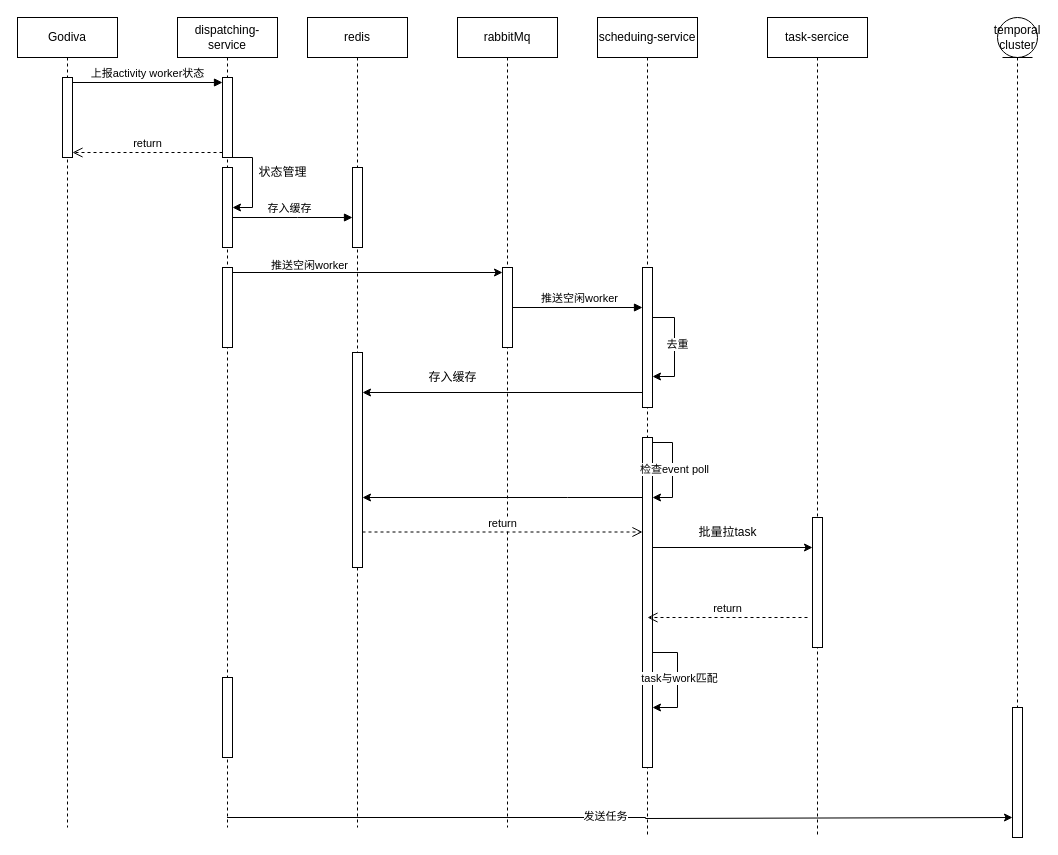
The draw.io diagram 分布式任务下发.drawio in DSkyrim/draw, before the edit. Source tidied: cells renumbered, new cells numbered last; positions are measured from the earlier drawing's top-left corner, leaving out a move shared by most shapes. Both pictures are drawn from the tidied source at 100%, with x=0, y=0 at pixel (17, 17).
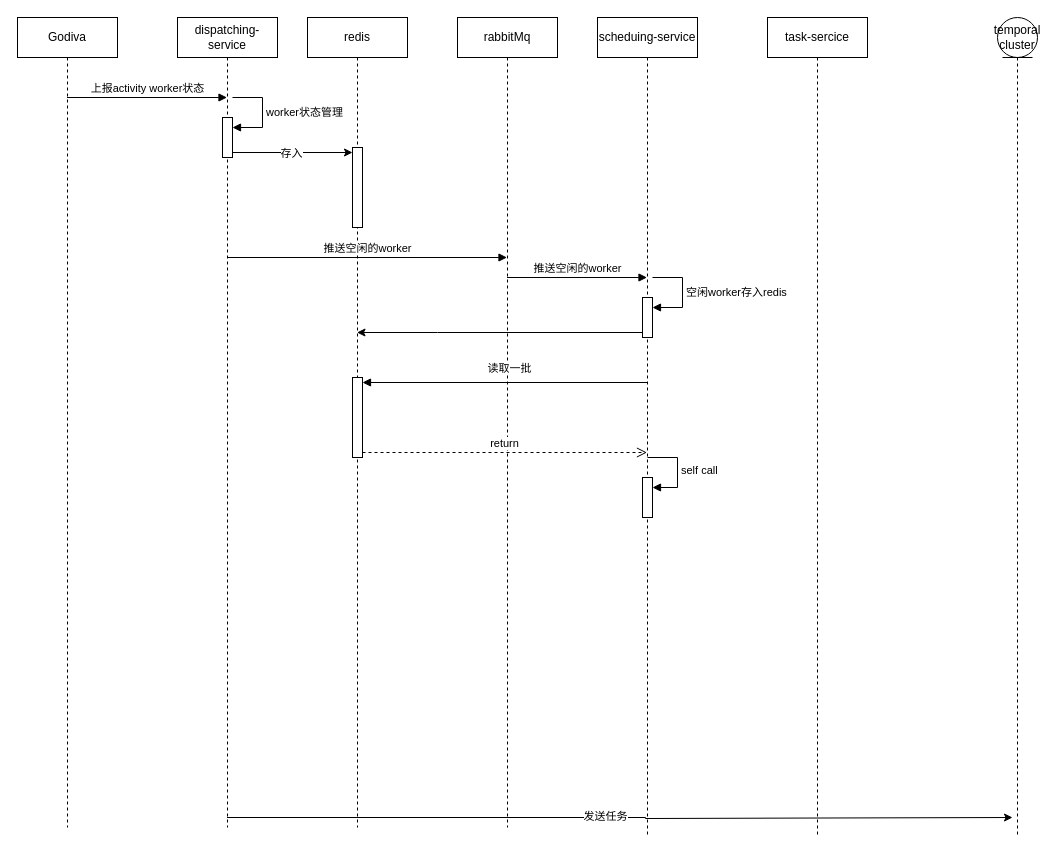
The same diagram, later.

Commit message:
更新分布式任务下发.drawio

The change refers to these unchanged cells:
```xml
<mxCell id="2" value="Godiva" style="shape=umlLifeline;perimeter=lifelinePerimeter;whiteSpace=wrap;html=1;newEdgeStyle={&quot;curved&quot;:0,&quot;rounded&quot;:0};" parent="1" vertex="1">
  <mxGeometry width="100" height="810" as="geometry" />
</mxCell>
<mxCell id="4" value="dispatching-service" style="shape=umlLifeline;perimeter=lifelinePerimeter;whiteSpace=wrap;html=1;outlineConnect=0;portConstraint=eastwest;newEdgeStyle={&quot;curved&quot;:0,&quot;rounded&quot;:0};" parent="1" vertex="1">
  <mxGeometry x="160" width="100" height="810" as="geometry" />
</mxCell>
<mxCell id="10" value="scheduing-service" style="shape=umlLifeline;perimeter=lifelinePerimeter;whiteSpace=wrap;html=1;outlineConnect=0;portConstraint=eastwest;newEdgeStyle={&quot;curved&quot;:0,&quot;rounded&quot;:0};" parent="1" vertex="1">
  <mxGeometry x="580" width="100" height="820" as="geometry" />
</mxCell>
<mxCell id="19" value="task-sercice" style="shape=umlLifeline;perimeter=lifelinePerimeter;whiteSpace=wrap;html=1;newEdgeStyle={&quot;curved&quot;:0,&quot;rounded&quot;:0};" parent="1" vertex="1">
  <mxGeometry x="750" width="100" height="820" as="geometry" />
</mxCell>
<mxCell id="21" value="temporal cluster" style="shape=umlLifeline;perimeter=lifelinePerimeter;whiteSpace=wrap;html=1;newEdgeStyle={&quot;curved&quot;:0,&quot;rounded&quot;:0};participant=umlEntity;" parent="1" vertex="1">
  <mxGeometry x="980" width="40" height="820" as="geometry" />
</mxCell>
<mxCell id="23" value="redis" style="shape=umlLifeline;perimeter=lifelinePerimeter;whiteSpace=wrap;html=1;outlineConnect=0;portConstraint=eastwest;newEdgeStyle={&quot;curved&quot;:0,&quot;rounded&quot;:0};" parent="1" vertex="1">
  <mxGeometry x="290" width="100" height="810" as="geometry" />
</mxCell>
<mxCell id="30" value="rabbitMq" style="shape=umlLifeline;perimeter=lifelinePerimeter;whiteSpace=wrap;html=1;outlineConnect=0;portConstraint=eastwest;newEdgeStyle={&quot;curved&quot;:0,&quot;rounded&quot;:0};" parent="1" vertex="1">
  <mxGeometry x="440" width="100" height="810" as="geometry" />
</mxCell>
```

Change to the diagram source:
```diff
@@
-    <mxCell id="3" style="html=1;points=[[0,0,0,0,5],[0,1,0,0,-5],[1,0,0,0,5],[1,1,0,0,-5]];perimeter=orthogonalPerimeter;outlineConnect=0;targetShapes=umlLifeline;portConstraint=eastwest;newEdgeStyle={&quot;curved&quot;:0,&quot;rounded&quot;:0};" parent="2" vertex="1">
-      <mxGeometry x="45" y="60" width="10" height="80" as="geometry" />
-    </mxCell>
@@
-    <mxCell id="5" style="edgeStyle=orthogonalEdgeStyle;rounded=0;jettySize=auto;html=1;curved=0;exitX=1;exitY=1;exitDx=0;exitDy=-5;exitPerimeter=0;" parent="4" edge="1" source="6" target="8">
-      <mxGeometry relative="1" as="geometry">
-        <Array as="points">
-          <mxPoint x="55" y="140" />
-          <mxPoint x="75" y="140" />
-          <mxPoint x="75" y="190" />
-        </Array>
-      </mxGeometry>
-    </mxCell>
-    <mxCell id="6" style="html=1;points=[[0,0,0,0,5],[0,1,0,0,-5],[1,0,0,0,5],[1,1,0,0,-5]];perimeter=orthogonalPerimeter;outlineConnect=0;targetShapes=umlLifeline;portConstraint=eastwest;newEdgeStyle={&quot;curved&quot;:0,&quot;rounded&quot;:0};" parent="4" vertex="1">
-      <mxGeometry x="45" y="60" width="10" height="80" as="geometry" />
-    </mxCell>
-    <mxCell id="7" style="html=1;points=[[0,0,0,0,5],[0,1,0,0,-5],[1,0,0,0,5],[1,1,0,0,-5]];perimeter=orthogonalPerimeter;outlineConnect=0;targetShapes=umlLifeline;portConstraint=eastwest;newEdgeStyle={&quot;curved&quot;:0,&quot;rounded&quot;:0};" parent="4" vertex="1">
-      <mxGeometry x="45" y="250" width="10" height="80" as="geometry" />
-    </mxCell>
-    <mxCell id="8" style="html=1;points=[[0,0,0,0,5],[0,1,0,0,-5],[1,0,0,0,5],[1,1,0,0,-5]];perimeter=orthogonalPerimeter;outlineConnect=0;targetShapes=umlLifeline;portConstraint=eastwest;newEdgeStyle={&quot;curved&quot;:0,&quot;rounded&quot;:0};" parent="4" vertex="1">
-      <mxGeometry x="45" y="150" width="10" height="80" as="geometry" />
-    </mxCell>
-    <mxCell id="9" style="html=1;perimeter=orthogonalPerimeter;targetShapes=umlLifeline;newEdgeStyle={&quot;curved&quot;:0,&quot;rounded&quot;:0};" parent="4" vertex="1">
-      <mxGeometry x="45" y="660" width="10" height="80" as="geometry" />
-    </mxCell>
+    <mxCell id="46" style="html=1;points=[[0,0,0,0,5],[0,1,0,0,-5],[1,0,0,0,5],[1,1,0,0,-5]];perimeter=orthogonalPerimeter;outlineConnect=0;targetShapes=umlLifeline;portConstraint=eastwest;newEdgeStyle={&quot;curved&quot;:0,&quot;rounded&quot;:0};" parent="4" vertex="1">
+      <mxGeometry x="45" y="100" width="10" height="40" as="geometry" />
+    </mxCell>
+    <mxCell id="47" value="worker状态管理" style="html=1;align=left;spacingLeft=2;endArrow=block;rounded=0;edgeStyle=orthogonalEdgeStyle;curved=0;rounded=0;" parent="4" edge="1" target="46">
+      <mxGeometry relative="1" as="geometry">
+        <mxPoint x="55" y="80" as="sourcePoint" />
+        <Array as="points">
+          <mxPoint x="85" y="110" />
+        </Array>
+      </mxGeometry>
+    </mxCell>
@@
-    <mxCell id="11" style="html=1;points=[[0,0,0,0,5],[0,1,0,0,-5],[1,0,0,0,5],[1,1,0,0,-5]];perimeter=orthogonalPerimeter;outlineConnect=0;targetShapes=umlLifeline;portConstraint=eastwest;newEdgeStyle={&quot;curved&quot;:0,&quot;rounded&quot;:0};" parent="10" vertex="1">
-      <mxGeometry x="45" y="250" width="10" height="140" as="geometry" />
-    </mxCell>
-    <mxCell id="12" style="html=1;points=[[0,0,0,0,5],[0,1,0,0,-5],[1,0,0,0,5],[1,1,0,0,-5]];perimeter=orthogonalPerimeter;outlineConnect=0;targetShapes=umlLifeline;portConstraint=eastwest;newEdgeStyle={&quot;curved&quot;:0,&quot;rounded&quot;:0};" parent="10" vertex="1">
-      <mxGeometry x="45" y="420" width="10" height="330" as="geometry" />
-    </mxCell>
-    <mxCell id="13" style="edgeStyle=orthogonalEdgeStyle;rounded=0;orthogonalLoop=1;jettySize=auto;html=1;curved=0;" parent="10" edge="1" source="11" target="11">
-      <mxGeometry relative="1" as="geometry">
-        <Array as="points">
-          <mxPoint x="77" y="300" />
-          <mxPoint x="77" y="359" />
-        </Array>
-      </mxGeometry>
-    </mxCell>
-    <mxCell id="14" value="去重" style="edgeLabel;html=1;align=center;verticalAlign=middle;" parent="13" vertex="1">
-      <mxGeometry x="-0.06" y="2" relative="1" as="geometry" />
-    </mxCell>
-    <mxCell id="15" style="edgeStyle=orthogonalEdgeStyle;rounded=0;orthogonalLoop=1;jettySize=auto;html=1;curved=0;exitX=1;exitY=0;exitDx=0;exitDy=5;exitPerimeter=0;" parent="10" edge="1" source="12" target="12">
-      <mxGeometry relative="1" as="geometry">
-        <Array as="points">
-          <mxPoint x="75" y="425" />
-          <mxPoint x="75" y="480" />
-        </Array>
-      </mxGeometry>
-    </mxCell>
-    <mxCell id="16" value="检查event poll" style="edgeLabel;html=1;align=center;verticalAlign=middle;" parent="15" vertex="1">
-      <mxGeometry x="-0.04" y="1" relative="1" as="geometry" />
-    </mxCell>
-    <mxCell id="17" style="edgeStyle=orthogonalEdgeStyle;rounded=0;orthogonalLoop=1;jettySize=auto;html=1;curved=0;" parent="10" edge="1" source="12" target="12">
-      <mxGeometry relative="1" as="geometry">
-        <Array as="points">
-          <mxPoint x="80" y="635" />
-          <mxPoint x="80" y="690" />
-        </Array>
-      </mxGeometry>
-    </mxCell>
-    <mxCell id="18" value="task与work匹配" style="edgeLabel;html=1;align=center;verticalAlign=middle;" parent="17" vertex="1">
-      <mxGeometry x="-0.04" y="1" relative="1" as="geometry" />
-    </mxCell>
+    <mxCell id="48" style="html=1;points=[[0,0,0,0,5],[0,1,0,0,-5],[1,0,0,0,5],[1,1,0,0,-5]];perimeter=orthogonalPerimeter;outlineConnect=0;targetShapes=umlLifeline;portConstraint=eastwest;newEdgeStyle={&quot;curved&quot;:0,&quot;rounded&quot;:0};" parent="10" vertex="1">
+      <mxGeometry x="45" y="280" width="10" height="40" as="geometry" />
+    </mxCell>
+    <mxCell id="49" value="空闲worker存入redis" style="html=1;align=left;spacingLeft=2;endArrow=block;rounded=0;edgeStyle=orthogonalEdgeStyle;curved=0;rounded=0;" parent="10" edge="1" target="48">
+      <mxGeometry relative="1" as="geometry">
+        <mxPoint x="55" y="260" as="sourcePoint" />
+        <Array as="points">
+          <mxPoint x="85" y="290" />
+        </Array>
+      </mxGeometry>
+    </mxCell>
+    <mxCell id="50" style="html=1;points=[[0,0,0,0,5],[0,1,0,0,-5],[1,0,0,0,5],[1,1,0,0,-5]];perimeter=orthogonalPerimeter;outlineConnect=0;targetShapes=umlLifeline;portConstraint=eastwest;newEdgeStyle={&quot;curved&quot;:0,&quot;rounded&quot;:0};" parent="10" vertex="1">
+      <mxGeometry x="45" y="460" width="10" height="40" as="geometry" />
+    </mxCell>
+    <mxCell id="51" value="self call" style="html=1;align=left;spacingLeft=2;endArrow=block;rounded=0;edgeStyle=orthogonalEdgeStyle;curved=0;rounded=0;" parent="10" edge="1" target="50">
+      <mxGeometry relative="1" as="geometry">
+        <mxPoint x="50" y="440" as="sourcePoint" />
+        <Array as="points">
+          <mxPoint x="80" y="470" />
+        </Array>
+      </mxGeometry>
+    </mxCell>
@@
-    <mxCell id="20" style="html=1;points=[[0,0,0,0,5],[0,1,0,0,-5],[1,0,0,0,5],[1,1,0,0,-5]];perimeter=orthogonalPerimeter;outlineConnect=0;targetShapes=umlLifeline;portConstraint=eastwest;newEdgeStyle={&quot;curved&quot;:0,&quot;rounded&quot;:0};" parent="19" vertex="1">
-      <mxGeometry x="45" y="500" width="10" height="130" as="geometry" />
-    </mxCell>
@@
-    <mxCell id="22" style="html=1;perimeter=orthogonalPerimeter;targetShapes=umlLifeline;newEdgeStyle={&quot;curved&quot;:0,&quot;rounded&quot;:0};" parent="21" vertex="1">
-      <mxGeometry x="15" y="690" width="10" height="130" as="geometry" />
-    </mxCell>
@@
-    <mxCell id="24" style="html=1;points=[[0,0,0,0,5],[0,1,0,0,-5],[1,0,0,0,5],[1,1,0,0,-5]];perimeter=orthogonalPerimeter;outlineConnect=0;targetShapes=umlLifeline;portConstraint=eastwest;newEdgeStyle={&quot;curved&quot;:0,&quot;rounded&quot;:0};" parent="23" vertex="1">
-      <mxGeometry x="45" y="150" width="10" height="80" as="geometry" />
-    </mxCell>
-    <mxCell id="25" style="html=1;points=[[0,0,0,0,5],[0,1,0,0,-5],[1,0,0,0,5],[1,1,0,0,-5]];perimeter=orthogonalPerimeter;outlineConnect=0;targetShapes=umlLifeline;portConstraint=eastwest;newEdgeStyle={&quot;curved&quot;:0,&quot;rounded&quot;:0};" parent="23" vertex="1">
-      <mxGeometry x="45" y="335" width="10" height="215" as="geometry" />
-    </mxCell>
+    <mxCell id="52" style="html=1;points=[[0,0,0,0,5],[0,1,0,0,-5],[1,0,0,0,5],[1,1,0,0,-5]];perimeter=orthogonalPerimeter;outlineConnect=0;targetShapes=umlLifeline;portConstraint=eastwest;newEdgeStyle={&quot;curved&quot;:0,&quot;rounded&quot;:0};" parent="23" vertex="1">
+      <mxGeometry x="45" y="130" width="10" height="80" as="geometry" />
+    </mxCell>
+    <mxCell id="53" style="html=1;points=[[0,0,0,0,5],[0,1,0,0,-5],[1,0,0,0,5],[1,1,0,0,-5]];perimeter=orthogonalPerimeter;outlineConnect=0;targetShapes=umlLifeline;portConstraint=eastwest;newEdgeStyle={&quot;curved&quot;:0,&quot;rounded&quot;:0};" parent="23" vertex="1">
+      <mxGeometry x="45" y="360" width="10" height="80" as="geometry" />
+    </mxCell>
-    <mxCell id="26" value="上报activity worker状态" style="html=1;verticalAlign=bottom;endArrow=block;curved=0;rounded=0;entryX=0;entryY=0;entryDx=0;entryDy=5;" parent="1" edge="1" source="3" target="6">
-      <mxGeometry relative="1" as="geometry" />
+    <mxCell id="26" value="上报activity worker状态" style="html=1;verticalAlign=bottom;endArrow=block;curved=0;rounded=0;" parent="1" edge="1">
+      <mxGeometry relative="1" as="geometry">
+        <mxPoint x="49.5" y="80" as="sourcePoint" />
+        <mxPoint x="209.5" y="80" as="targetPoint" />
+      </mxGeometry>
     </mxCell>
-    <mxCell id="27" value="return" style="html=1;verticalAlign=bottom;endArrow=open;dashed=1;endSize=8;curved=0;rounded=0;exitX=0;exitY=1;exitDx=0;exitDy=-5;" parent="1" edge="1" source="6" target="3">
-      <mxGeometry relative="1" as="geometry" />
-    </mxCell>
-    <mxCell id="28" style="html=1;verticalAlign=bottom;endArrow=block;curved=0;rounded=0;" parent="1" edge="1" source="8" target="24">
-      <mxGeometry relative="1" as="geometry">
-        <Array as="points">
-          <mxPoint x="280" y="200" />
-        </Array>
-      </mxGeometry>
-    </mxCell>
-    <mxCell id="29" value="存入缓存" style="edgeLabel;html=1;align=center;verticalAlign=middle;" parent="28" vertex="1">
-      <mxGeometry x="-0.22" y="3" relative="1" as="geometry">
-        <mxPoint x="9" y="-7" as="offset" />
-      </mxGeometry>
-    </mxCell>
@@
-    <mxCell id="31" style="html=1;points=[[0,0,0,0,5],[0,1,0,0,-5],[1,0,0,0,5],[1,1,0,0,-5]];perimeter=orthogonalPerimeter;outlineConnect=0;targetShapes=umlLifeline;portConstraint=eastwest;newEdgeStyle={&quot;curved&quot;:0,&quot;rounded&quot;:0};" parent="30" vertex="1">
-      <mxGeometry x="45" y="250" width="10" height="80" as="geometry" />
-    </mxCell>
-    <mxCell id="32" style="html=1;verticalAlign=bottom;endArrow=block;curved=0;rounded=0;" parent="1" edge="1" source="31" target="11">
-      <mxGeometry relative="1" as="geometry" />
-    </mxCell>
-    <mxCell id="33" value="推送空闲worker" style="edgeLabel;html=1;align=center;verticalAlign=middle;" parent="32" vertex="1">
-      <mxGeometry x="-0.22" y="3" relative="1" as="geometry">
-        <mxPoint x="15" y="-7" as="offset" />
-      </mxGeometry>
-    </mxCell>
-    <mxCell id="34" value="状态管理" style="text;html=1;align=center;verticalAlign=middle;strokeColor=none;fillColor=none;" parent="1" vertex="1">
-      <mxGeometry x="230" y="140" width="70" height="30" as="geometry" />
-    </mxCell>
-    <mxCell id="35" style="edgeStyle=orthogonalEdgeStyle;rounded=0;jettySize=auto;html=1;curved=0;exitX=0;exitY=1;exitDx=0;exitDy=-5;exitPerimeter=0;" parent="1" edge="1" source="11" target="25">
-      <mxGeometry relative="1" as="geometry">
-        <Array as="points">
-          <mxPoint x="625" y="375" />
-        </Array>
-      </mxGeometry>
-    </mxCell>
-    <mxCell id="36" value="存入缓存" style="text;html=1;align=center;verticalAlign=middle;strokeColor=none;fillColor=none;" parent="1" vertex="1">
-      <mxGeometry x="400" y="345" width="70" height="30" as="geometry" />
-    </mxCell>
-    <mxCell id="37" style="edgeStyle=orthogonalEdgeStyle;rounded=0;jettySize=auto;html=1;curved=0;" parent="1" edge="1" target="20">
-      <mxGeometry relative="1" as="geometry">
-        <mxPoint x="635" y="510" as="sourcePoint" />
-        <Array as="points">
-          <mxPoint x="635" y="530" />
-        </Array>
-      </mxGeometry>
-    </mxCell>
-    <mxCell id="38" value="批量拉task" style="text;html=1;align=center;verticalAlign=middle;strokeColor=none;fillColor=none;" parent="1" vertex="1">
-      <mxGeometry x="670" y="500" width="80" height="30" as="geometry" />
-    </mxCell>
-    <mxCell id="39" value="return" style="html=1;verticalAlign=bottom;endArrow=open;dashed=1;endSize=8;curved=0;rounded=0;" parent="1" edge="1">
-      <mxGeometry relative="1" as="geometry">
-        <mxPoint x="790" y="600" as="sourcePoint" />
-        <mxPoint x="630" y="600" as="targetPoint" />
-      </mxGeometry>
-    </mxCell>
-    <mxCell id="40" style="edgeStyle=orthogonalEdgeStyle;rounded=0;jettySize=auto;html=1;curved=0;exitX=1;exitY=0;exitDx=0;exitDy=5;exitPerimeter=0;entryX=0;entryY=0;entryDx=0;entryDy=5;entryPerimeter=0;" parent="1" edge="1" source="7" target="31">
-      <mxGeometry relative="1" as="geometry" />
-    </mxCell>
-    <mxCell id="41" value="推送空闲worker" style="edgeLabel;html=1;align=center;verticalAlign=middle;" parent="40" vertex="1">
-      <mxGeometry x="-0.44" y="8" relative="1" as="geometry" />
-    </mxCell>
-    <mxCell id="42" style="edgeStyle=orthogonalEdgeStyle;rounded=0;orthogonalLoop=1;jettySize=auto;html=1;curved=0;" parent="1" edge="1">
-      <mxGeometry relative="1" as="geometry">
-        <mxPoint x="625" y="480" as="sourcePoint" />
-        <mxPoint x="345" y="480" as="targetPoint" />
-        <Array as="points">
-          <mxPoint x="550" y="480" />
-          <mxPoint x="550" y="480" />
-        </Array>
-      </mxGeometry>
-    </mxCell>
-    <mxCell id="43" value="return" style="html=1;verticalAlign=bottom;endArrow=open;dashed=1;endSize=8;curved=0;rounded=0;" parent="1" edge="1">
-      <mxGeometry relative="1" as="geometry">
-        <mxPoint x="345" y="514.5" as="sourcePoint" />
-        <mxPoint x="625" y="514.5" as="targetPoint" />
-      </mxGeometry>
-    </mxCell>
@@
+    <mxCell id="54" style="edgeStyle=orthogonalEdgeStyle;rounded=0;jettySize=auto;html=1;curved=0;exitX=1;exitY=1;exitDx=0;exitDy=-5;exitPerimeter=0;entryX=0;entryY=0;entryDx=0;entryDy=5;entryPerimeter=0;" parent="1" edge="1" source="46" target="52">
+      <mxGeometry relative="1" as="geometry" />
+    </mxCell>
+    <mxCell id="55" value="存入" style="edgeLabel;html=1;align=center;verticalAlign=middle;" parent="54" vertex="1">
+      <mxGeometry x="-0.04" relative="1" as="geometry" />
+    </mxCell>
+    <mxCell id="56" value="推送空闲的worker" style="html=1;verticalAlign=bottom;endArrow=block;curved=0;rounded=0;" parent="1" edge="1" target="30">
+      <mxGeometry relative="1" as="geometry">
+        <mxPoint x="210" y="240" as="sourcePoint" />
+      </mxGeometry>
+    </mxCell>
+    <mxCell id="57" value="推送空闲的worker" style="html=1;verticalAlign=bottom;endArrow=block;curved=0;rounded=0;" parent="1" edge="1" target="10">
+      <mxGeometry relative="1" as="geometry">
+        <mxPoint x="489.5" y="260" as="sourcePoint" />
+      </mxGeometry>
+    </mxCell>
+    <mxCell id="58" style="edgeStyle=orthogonalEdgeStyle;rounded=0;jettySize=auto;html=1;curved=0;exitX=0;exitY=1;exitDx=0;exitDy=-5;exitPerimeter=0;" parent="1" edge="1" source="48" target="23">
+      <mxGeometry relative="1" as="geometry">
+        <Array as="points">
+          <mxPoint x="420" y="315" />
+          <mxPoint x="420" y="315" />
+        </Array>
+      </mxGeometry>
+    </mxCell>
+    <mxCell id="59" value="读取一批" style="html=1;verticalAlign=bottom;endArrow=block;curved=0;rounded=0;entryX=1;entryY=0;entryDx=0;entryDy=5;entryPerimeter=0;" parent="1" edge="1" source="10" target="53">
+      <mxGeometry x="-0.02" y="-5" relative="1" as="geometry">
+        <mxPoint x="1" as="offset" />
+      </mxGeometry>
+    </mxCell>
+    <mxCell id="60" value="return" style="html=1;verticalAlign=bottom;endArrow=open;dashed=1;endSize=8;curved=0;rounded=0;exitX=1;exitY=1;exitDx=0;exitDy=-5;exitPerimeter=0;" parent="1" edge="1" source="53" target="10">
+      <mxGeometry relative="1" as="geometry" />
+    </mxCell>
```
